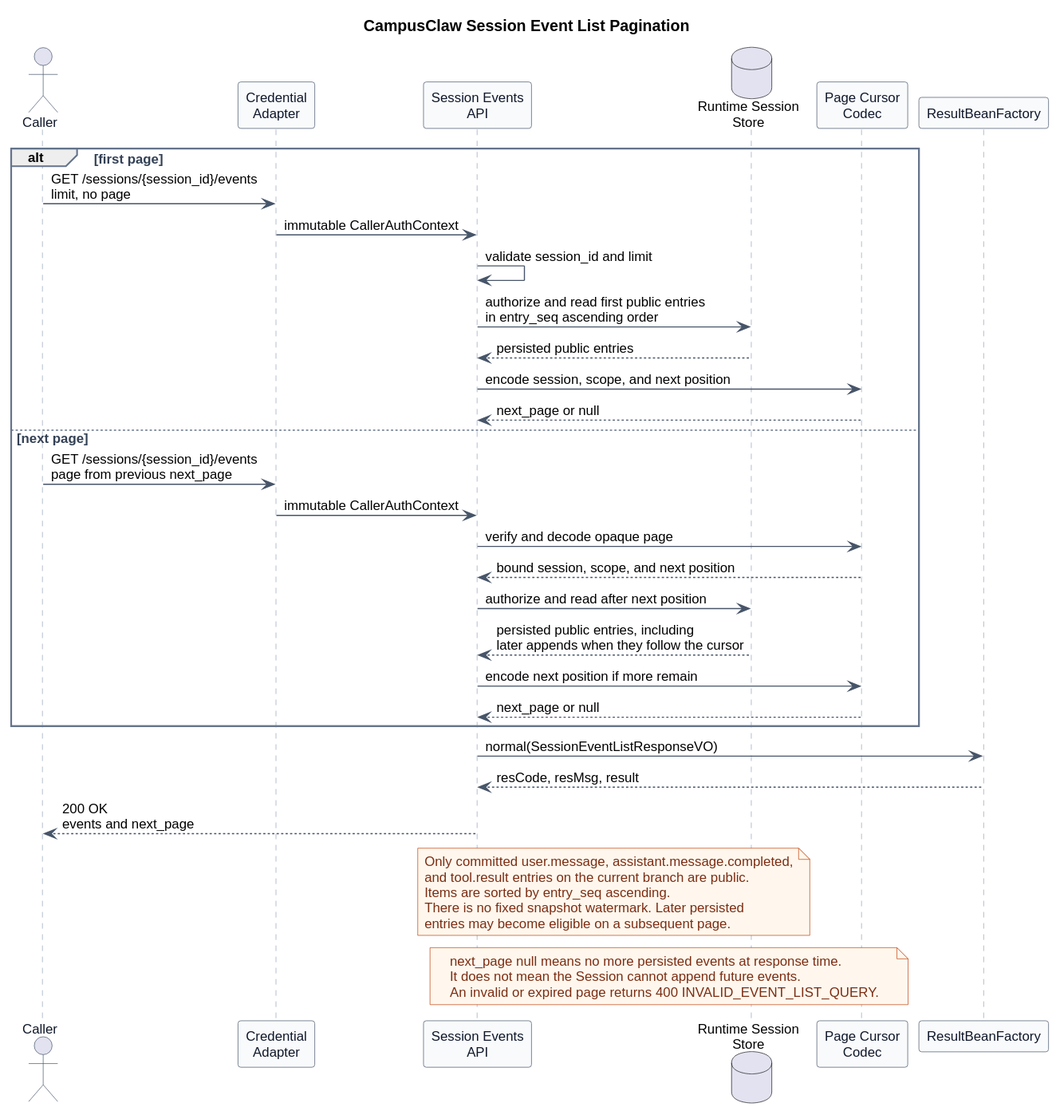
Earlier version of the PlantUML export pi-mono-java-manager-driven-multi-agent-runtime/http_session_event_list.svg (ssm0808/pi-mono-java-design).
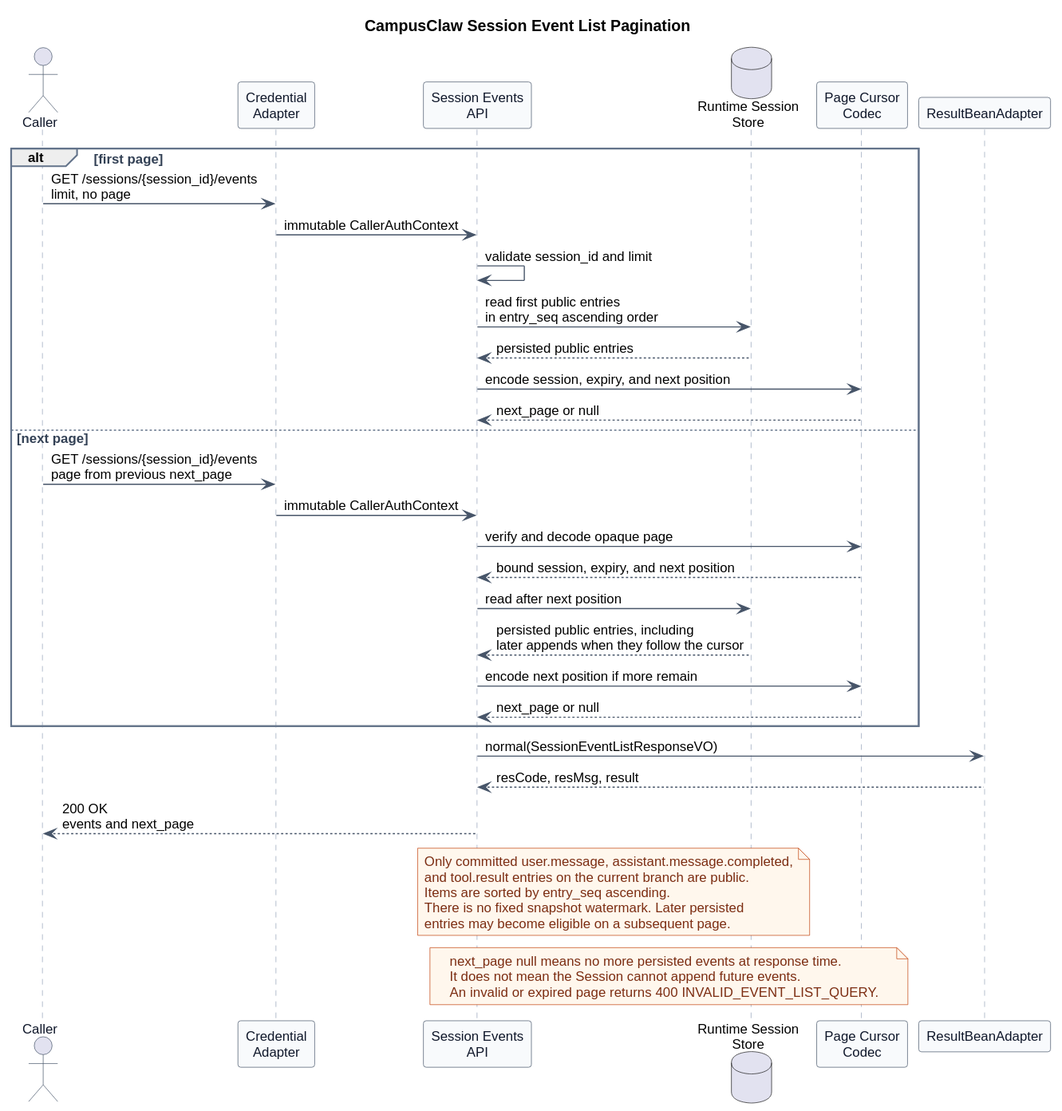
The same file after the commit.

What changed in the source:
```diff
@@ -29,29 +29,29 @@
 participant "Session Events\nAPI" as API
 database "Runtime Session\nStore" as Store
 participant "Page Cursor\nCodec" as Cursor
-participant ResultBeanFactory
+participant ResultBeanAdapter
 
 alt first page
   Caller -> Auth : GET /sessions/{session_id}/events\nlimit, no page
   Auth -> API : immutable CallerAuthContext
   API -> API : validate session_id and limit
-  API -> Store : authorize and read first public entries\nin entry_seq ascending order
+  API -> Store : read first public entries\nin entry_seq ascending order
   Store --> API : persisted public entries
-  API -> Cursor : encode session, scope, and next position
+  API -> Cursor : encode session, expiry, and next position
   Cursor --> API : next_page or null
 else next page
   Caller -> Auth : GET /sessions/{session_id}/events\npage from previous next_page
   Auth -> API : immutable CallerAuthContext
   API -> Cursor : verify and decode opaque page
-  Cursor --> API : bound session, scope, and next position
-  API -> Store : authorize and read after next position
+  Cursor --> API : bound session, expiry, and next position
+  API -> Store : read after next position
   Store --> API : persisted public entries, including\nlater appends when they follow the cursor
   API -> Cursor : encode next position if more remain
   Cursor --> API : next_page or null
 end
 
-API -> ResultBeanFactory : normal(SessionEventListResponseVO)
-ResultBeanFactory --> API : resCode, resMsg, result
+API -> ResultBeanAdapter : normal(SessionEventListResponseVO)
+ResultBeanAdapter --> API : resCode, resMsg, result
 API --> Caller : 200 OK\nevents and next_page
 
 note over API,Store
```
